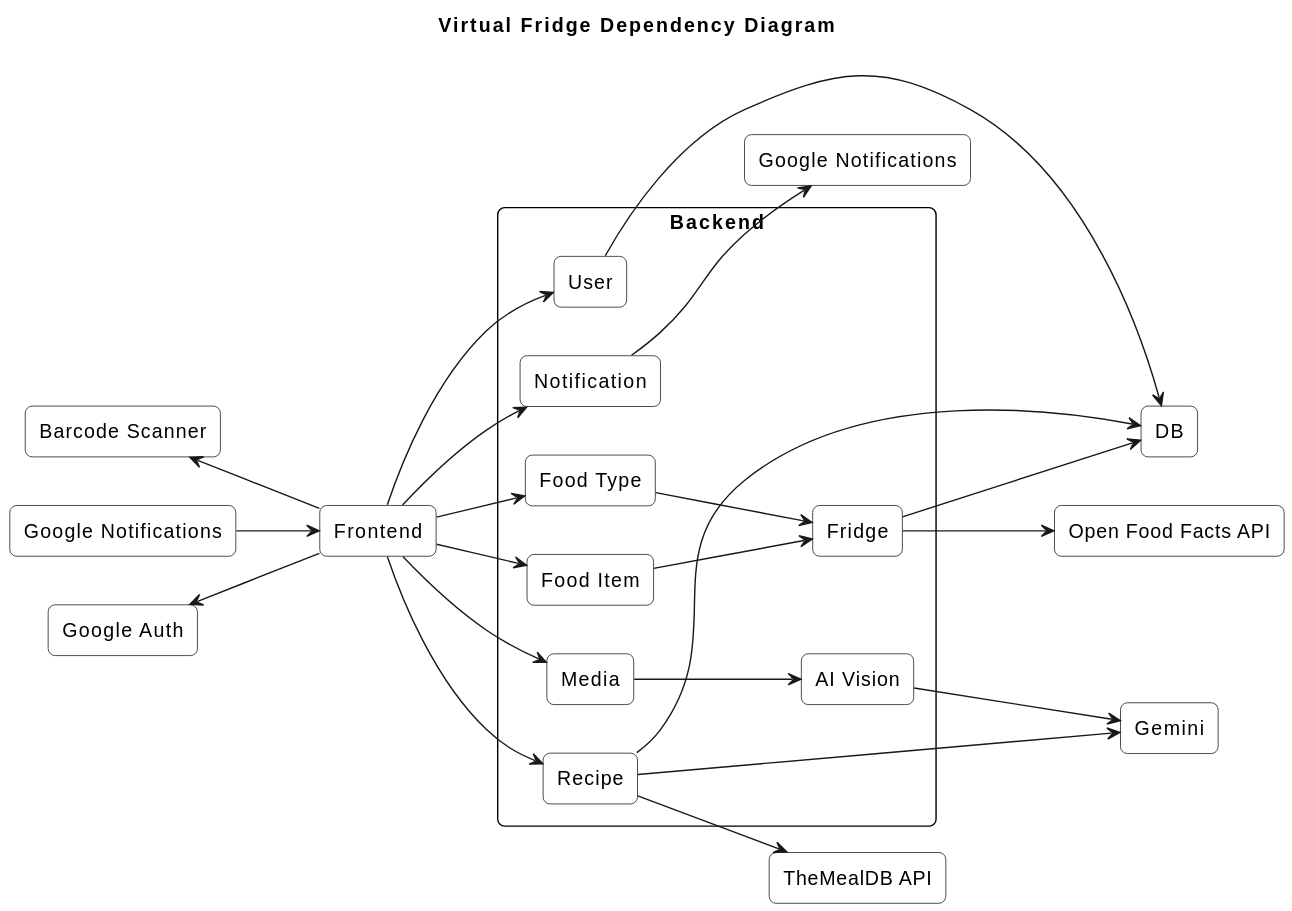
Before: documentation/images/dependencyDiagram.svg, a diagram exported from PlantUML (virtualfridge/virtualfridge). Its diagram source:
```plantuml
@startuml
title Virtual Fridge Dependency Diagram
left to right direction

skinparam rectangle {
  BackgroundColor white
  BorderColor black
  RoundCorner 10
}

rectangle "Barcode Scanner" as BarcodeScanner
rectangle "Google Notifications" as GoogleNotifications_Front
rectangle "Google Auth" as GoogleAuth

rectangle "Frontend" as Frontend

rectangle "Backend" as Backend {
    rectangle "Fridge" as Fridge
		rectangle "Food Item" as FoodItem
		rectangle "Food Type" as FoodType
		rectangle "AI Vision" as aiVision
		rectangle "Media" as Media
    rectangle "User" as User
    rectangle "Notification" as Notification
    rectangle "Recipe" as Recipe
}

rectangle "Open Food Facts API" as OpenFoodFacts
rectangle "DB" as DB
rectangle "Google Notifications" as GoogleNotifications_Back
rectangle "TheMealDB API" as TheMealDB
rectangle "Gemini" as Gemini

BarcodeScanner <-- Frontend
GoogleNotifications_Front --> Frontend
GoogleAuth <-- Frontend

Frontend --> FoodItem
Frontend --> FoodType
Frontend --> Media
Frontend --> User
Frontend --> Recipe
Frontend --> Notification

Fridge --> OpenFoodFacts
Fridge --> DB
FoodItem --> Fridge
FoodType --> Fridge
aiVision --> Gemini
Media --> aiVision
User --> DB
Recipe --> DB
Recipe --> TheMealDB
Recipe --> Gemini
Notification --> GoogleNotifications_Back
@enduml
```
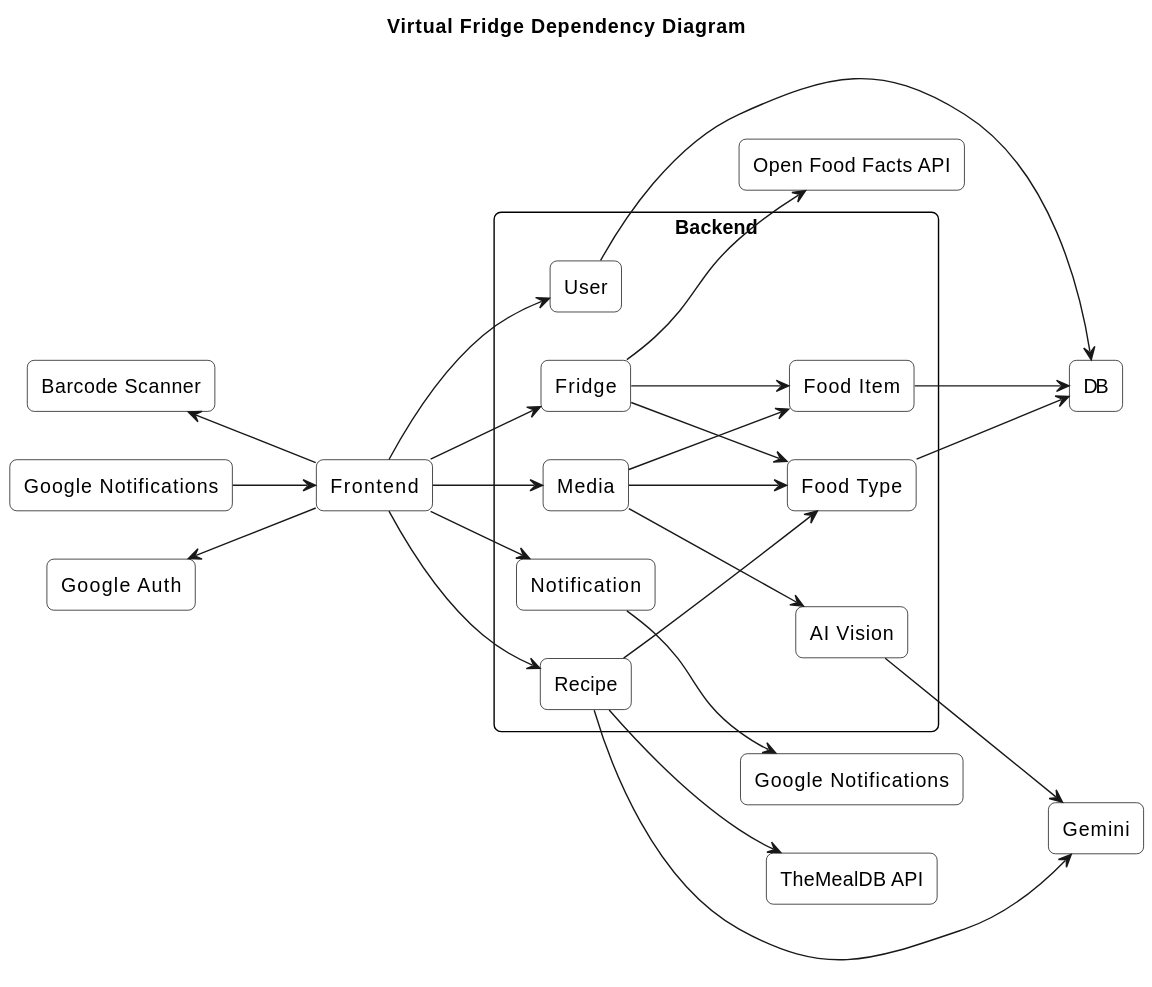
After the change.

What changed in the source:
```diff
@@ -35,21 +35,23 @@
 GoogleNotifications_Front --> Frontend
 GoogleAuth <-- Frontend
 
-Frontend --> FoodItem
-Frontend --> FoodType
+Frontend --> Fridge
 Frontend --> Media
 Frontend --> User
 Frontend --> Recipe
 Frontend --> Notification
 
 Fridge --> OpenFoodFacts
-Fridge --> DB
-FoodItem --> Fridge
-FoodType --> Fridge
+Fridge --> FoodType
+Fridge --> FoodItem
+FoodItem --> DB
+FoodType --> DB
 aiVision --> Gemini
 Media --> aiVision
+Media --> FoodType
+Media --> FoodItem
 User --> DB
-Recipe --> DB
+Recipe --> FoodType
 Recipe --> TheMealDB
 Recipe --> Gemini
 Notification --> GoogleNotifications_Back
```
